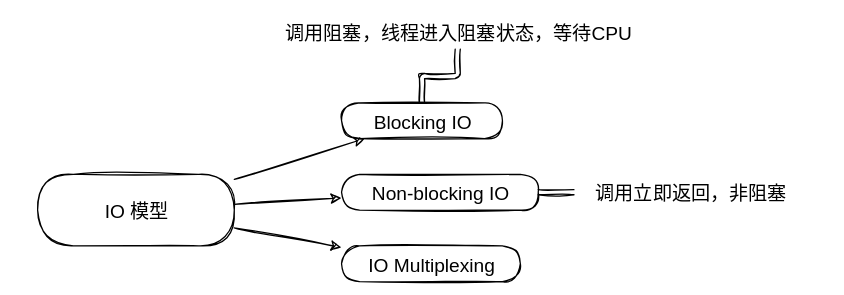
Before: Mindmap/IO模型导图.svg, a diagram exported from draw.io (justin4v/ZettelNotes). Source tidied: cells renumbered, new cells last; positions are measured from the earlier drawing's top-left corner, leaving out a move shared by most shapes.
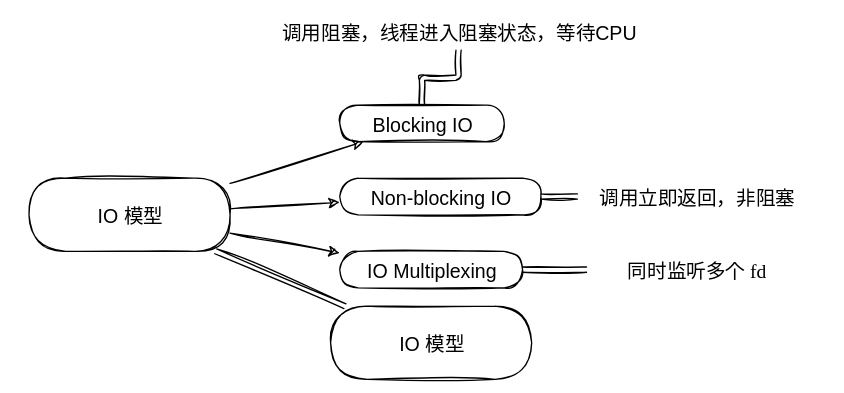
After the change.

Diff of the diagram source:
```diff
@@ -11,6 +11,9 @@
     <mxCell id="4" style="edgeStyle=none;html=1;fontSize=15;" parent="1" edge="1" source="5" target="10">
       <mxGeometry relative="1" as="geometry" />
     </mxCell>
+    <mxCell id="13" style="edgeStyle=none;shape=link;html=1;fontFamily=Comic Sans MS;" parent="1" edge="1" source="5" target="16">
+      <mxGeometry relative="1" as="geometry" />
+    </mxCell>
     <mxCell id="5" value="IO 模型" style="whiteSpace=wrap;html=1;rounded=1;arcSize=50;align=center;verticalAlign=middle;strokeWidth=1;spacing=4;newEdgeStyle={&quot;edgeStyle&quot;:&quot;entityRelationEdgeStyle&quot;,&quot;startArrow&quot;:&quot;none&quot;,&quot;endArrow&quot;:&quot;none&quot;,&quot;segment&quot;:10,&quot;curved&quot;:1};fontSize=15;fillColor=none;sketch=1;" parent="1" vertex="1">
       <mxGeometry y="126" width="154" height="56" as="geometry" />
     </mxCell>
@@ -35,5 +38,14 @@
     <mxCell id="12" value="调用立即返回，非阻塞" style="text;html=1;strokeColor=none;fillColor=none;align=center;verticalAlign=middle;whiteSpace=wrap;rounded=0;sketch=1;fontSize=15;" parent="1" vertex="1">
       <mxGeometry x="420" y="119" width="182" height="42" as="geometry" />
     </mxCell>
+    <mxCell id="14" style="shape=link;html=1;exitX=0;exitY=0.5;exitDx=0;exitDy=0;entryX=1;entryY=0.5;entryDx=0;entryDy=0;fontFamily=Comic Sans MS;" parent="1" edge="1" source="15" target="10">
+      <mxGeometry relative="1" as="geometry" />
+    </mxCell>
+    <mxCell id="15" value="同时监听多个 fd" style="text;html=1;strokeColor=none;fillColor=none;align=center;verticalAlign=middle;whiteSpace=wrap;rounded=0;sketch=1;fontSize=15;shadow=0;glass=0;fontFamily=Comic Sans MS;" parent="1" vertex="1">
+      <mxGeometry x="427" y="175" width="168" height="42" as="geometry" />
+    </mxCell>
+    <mxCell id="16" value="IO 模型" style="whiteSpace=wrap;html=1;rounded=1;arcSize=50;align=center;verticalAlign=middle;strokeWidth=1;spacing=4;newEdgeStyle={&quot;edgeStyle&quot;:&quot;entityRelationEdgeStyle&quot;,&quot;startArrow&quot;:&quot;none&quot;,&quot;endArrow&quot;:&quot;none&quot;,&quot;segment&quot;:10,&quot;curved&quot;:1};fontSize=15;fillColor=none;sketch=1;" parent="1" vertex="1">
+      <mxGeometry x="231" y="224" width="154" height="56" as="geometry" />
+    </mxCell>
   </root>
 </mxGraphModel>
```
